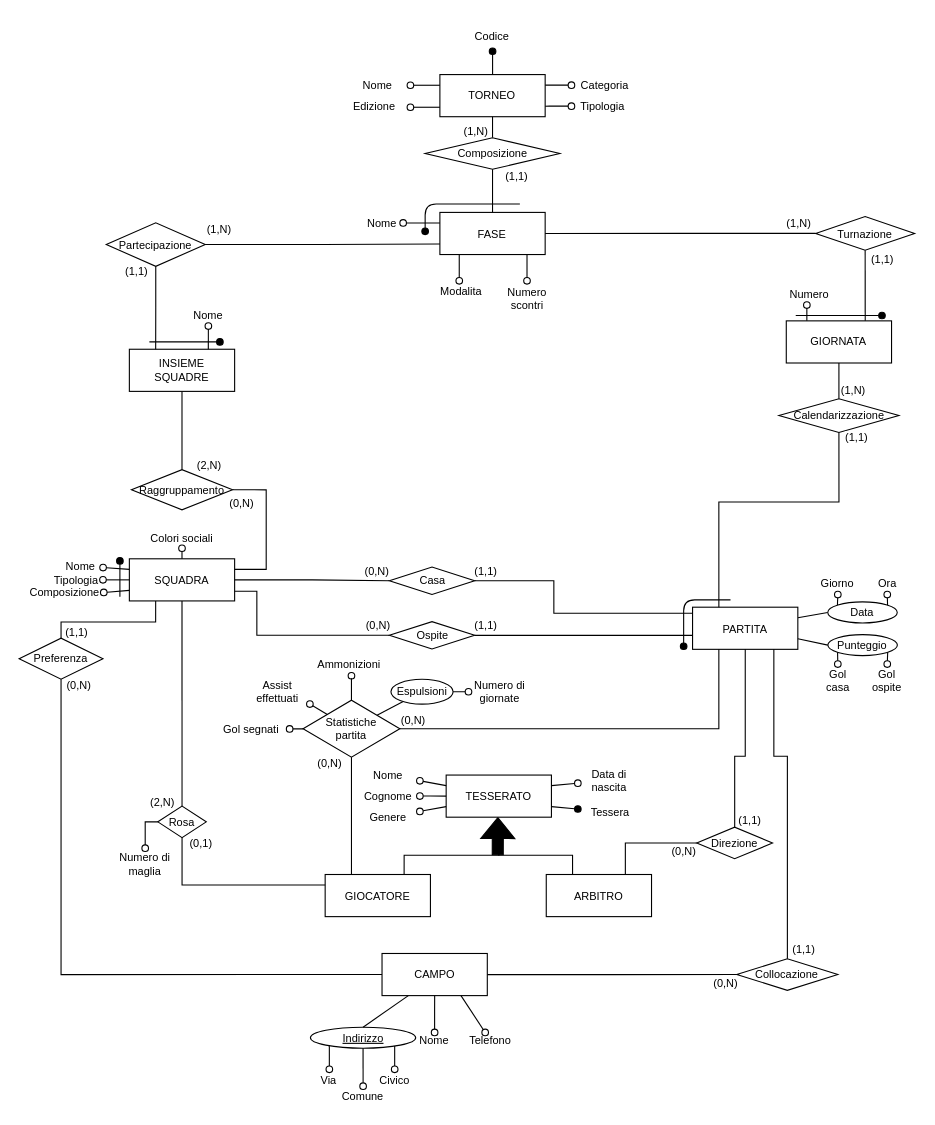
The draw.io diagram page "ER" (1 of 4) of bdsi-prog-2023.drawio in dichohnf/bdsi_2022-23, before the edit. Source tidied: cells renumbered, new cells numbered last; positions are measured from the earlier drawing's top-left corner, leaving out a move shared by most shapes. Both pictures are drawn from the tidied source at 110%, with x=0, y=0 at pixel (19, 19).
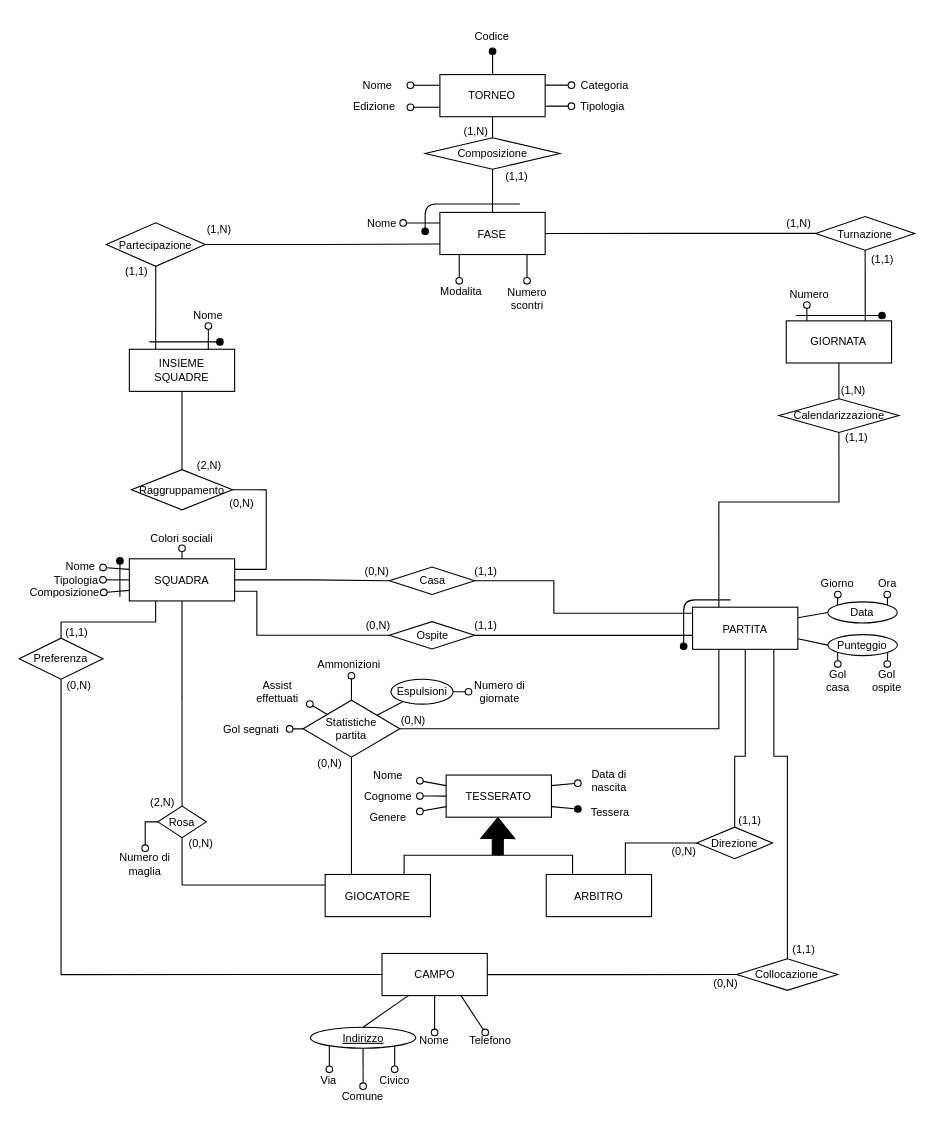
Above is the later version.

The change refers to these unchanged cells:
```xml
<mxCell id="104" style="group;fontSize=10;" parent="1" vertex="1">
  <mxGeometry x="85.8" y="715.3" width="91.9" height="67" as="geometry" />
</mxCell>
```

What changed in the source:
```diff
@@
-    <mxCell id="108" value="&lt;div style=&quot;font-size: 10px;&quot;&gt;&lt;font style=&quot;font-size: 10px;&quot;&gt;(0,1)&lt;/font&gt;&lt;/div&gt;" style="edgeLabel;html=1;align=center;verticalAlign=middle;fontSize=10;fontFamily=Helvetica;fontColor=default;" parent="104" vertex="1">
+    <mxCell id="108" value="&lt;div style=&quot;font-size: 10px;&quot;&gt;&lt;font style=&quot;font-size: 10px;&quot;&gt;(0,N)&lt;/font&gt;&lt;/div&gt;" style="edgeLabel;html=1;align=center;verticalAlign=middle;fontSize=10;fontFamily=Helvetica;fontColor=default;" parent="104" vertex="1">
       <mxGeometry x="78.5" y="33.5" as="geometry" />
     </mxCell>
```
